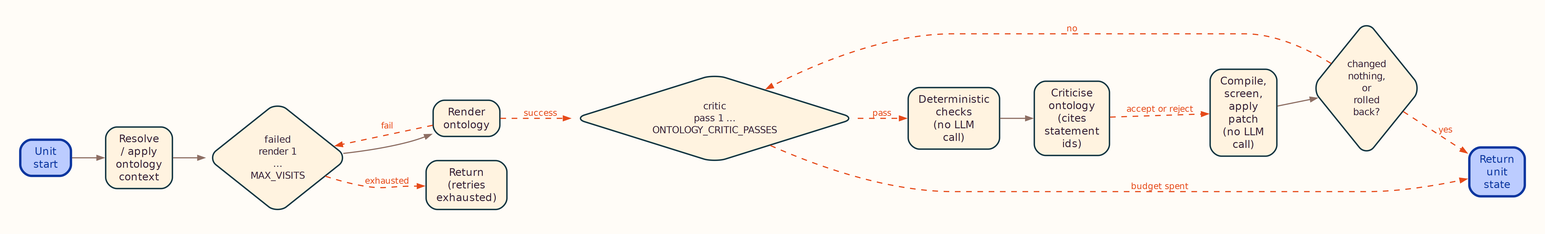
This is docs/assets/ontology_loop.lr.png from growgraph/ontocast, a Mermaid export, as it was before one commit. Its source is kept beside it as docs/assets/ontology_loop.mmd. Source of this version:
```mermaid
---
config:
  flowchart:
    curve: basis
    htmlLabels: true
    useMaxWidth: true
  look: handDrawn
  theme: base
  themeVariables:
    fontFamily: '''Architects Daughter'', cursive'
    fontSize: 20px
    lineColor: '#FFAB91'
    primaryBorderColor: '#143642'
    primaryColor: '#FFF3E0'
    primaryTextColor: '#372237'
---

flowchart TD;
	start([Unit start])
	ctx[Resolve / apply<br/>ontology context]
	render_loop{failed render<br/>1 … MAX_VISITS}
	render_ontology[Render ontology]
	pass_loop{critic pass<br/>1 … ONTOLOGY_CRITIC_PASSES}
	findings[Deterministic checks<br/>(no LLM call)]
	criticise_ontology[Criticise ontology<br/>(cites statement ids)]
	patch[Compile, screen, apply<br/>patch (no LLM call)]
	converged{changed nothing, or<br/>rolled back?}
	done([Return unit state])
	exhausted([Return (retries exhausted)])
	start --> ctx;
	ctx --> render_loop;
	render_loop --> render_ontology;
	render_ontology -.->|success| pass_loop;
	render_ontology -.->|fail| render_loop;
	render_loop -.->|exhausted| exhausted;
	pass_loop -.->|pass| findings;
	findings --> criticise_ontology;
	criticise_ontology -.->|accept or reject| patch;
	patch --> converged;
	converged -.->|yes| done;
	converged -.->|no| pass_loop;
	pass_loop -.->|budget spent| done;
```
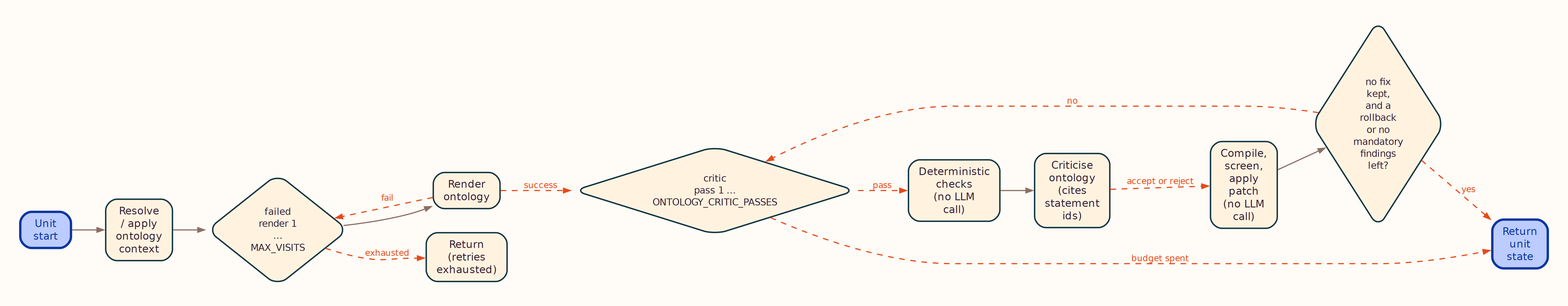
The same diagram one commit later.

The edit, as a diff of the source:
```diff
@@ -24,7 +24,7 @@
 	findings[Deterministic checks<br/>(no LLM call)]
 	criticise_ontology[Criticise ontology<br/>(cites statement ids)]
 	patch[Compile, screen, apply<br/>patch (no LLM call)]
-	converged{changed nothing, or<br/>rolled back?}
+	converged{no fix kept, and a rollback<br/>or no mandatory findings left?}
 	done([Return unit state])
 	exhausted([Return (retries exhausted)])
 	start --> ctx;
```
